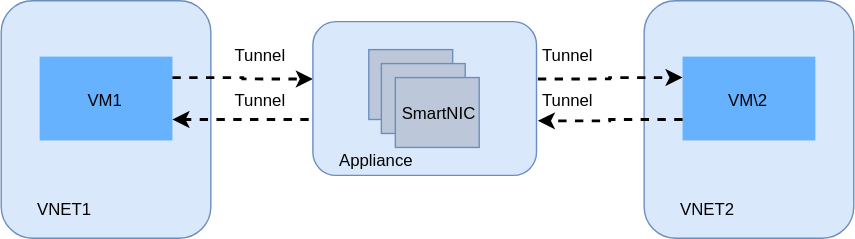
Earlier version of the draw.io export documentation/vnet2vnet-service/design/images/vnet-to-vnet-one-dpu.svg (sonic-net/DASH). Source tidied: cells renumbered, new cells last; positions are measured from the earlier drawing's top-left corner, leaving out a move shared by most shapes.
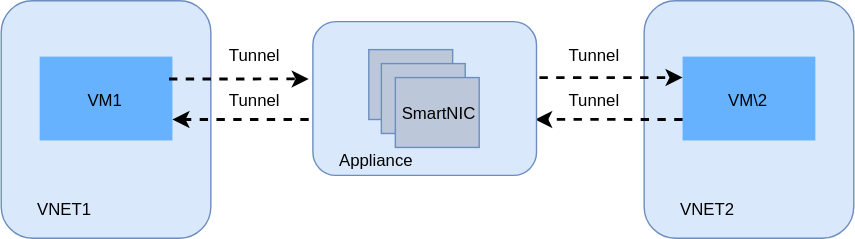
Above is the later version.

Change to the diagram source:
```diff
@@ -38,31 +38,33 @@
     <mxCell id="13" value="VM\2" style="text;html=1;align=center;verticalAlign=middle;strokeColor=none;fillColor=none;" parent="11" vertex="1">
       <mxGeometry x="26.5" y="22" width="40" height="20" as="geometry" />
     </mxCell>
-    <mxCell id="14" style="edgeStyle=orthogonalEdgeStyle;rounded=0;jettySize=auto;html=1;exitX=1;exitY=0.25;exitDx=0;exitDy=0;strokeWidth=2;dashed=1;entryX=0;entryY=0.373;entryDx=0;entryDy=0;entryPerimeter=0;" parent="1" edge="1" source="6" target="23">
-      <mxGeometry relative="1" as="geometry" />
+    <mxCell id="14" style="edgeStyle=orthogonalEdgeStyle;rounded=0;jettySize=auto;html=1;exitX=0.974;exitY=0.267;exitDx=0;exitDy=0;strokeWidth=2;dashed=1;exitPerimeter=0;" parent="1" edge="1" source="6">
+      <mxGeometry relative="1" as="geometry">
+        <mxPoint x="220" y="56" as="targetPoint" />
+      </mxGeometry>
     </mxCell>
     <mxCell id="15" style="edgeStyle=orthogonalEdgeStyle;rounded=0;jettySize=auto;html=1;entryX=1;entryY=0.75;entryDx=0;entryDy=0;strokeWidth=2;dashed=1;" parent="1" edge="1" target="6">
       <mxGeometry relative="1" as="geometry">
         <mxPoint x="220" y="85" as="sourcePoint" />
       </mxGeometry>
     </mxCell>
-    <mxCell id="16" style="edgeStyle=orthogonalEdgeStyle;rounded=0;jettySize=auto;html=1;entryX=0;entryY=0.25;entryDx=0;entryDy=0;strokeWidth=2;dashed=1;exitX=1.006;exitY=0.373;exitDx=0;exitDy=0;exitPerimeter=0;" parent="1" edge="1" source="23" target="12">
+    <mxCell id="16" style="edgeStyle=orthogonalEdgeStyle;rounded=0;jettySize=auto;html=1;entryX=0;entryY=0.25;entryDx=0;entryDy=0;strokeWidth=2;dashed=1;exitX=1.013;exitY=0.364;exitDx=0;exitDy=0;exitPerimeter=0;" parent="1" edge="1" source="23" target="12">
       <mxGeometry relative="1" as="geometry" />
     </mxCell>
-    <mxCell id="17" style="edgeStyle=orthogonalEdgeStyle;rounded=0;jettySize=auto;html=1;exitX=0;exitY=0.75;exitDx=0;exitDy=0;strokeWidth=2;dashed=1;entryX=1.006;entryY=0.645;entryDx=0;entryDy=0;entryPerimeter=0;" parent="1" edge="1" source="12" target="23">
+    <mxCell id="17" style="edgeStyle=orthogonalEdgeStyle;rounded=0;jettySize=auto;html=1;exitX=0;exitY=0.75;exitDx=0;exitDy=0;strokeWidth=2;dashed=1;entryX=0.994;entryY=0.636;entryDx=0;entryDy=0;entryPerimeter=0;" parent="1" edge="1" source="12" target="23">
       <mxGeometry relative="1" as="geometry" />
     </mxCell>
     <mxCell id="18" value="Tunnel" style="text;html=1;align=center;verticalAlign=middle;strokeColor=none;fillColor=none;" parent="1" vertex="1">
-      <mxGeometry x="380" y="62" width="50" height="20" as="geometry" />
+      <mxGeometry x="399" y="62" width="50" height="20" as="geometry" />
     </mxCell>
     <mxCell id="19" value="Tunnel" style="text;html=1;align=center;verticalAlign=middle;strokeColor=none;fillColor=none;" parent="1" vertex="1">
-      <mxGeometry x="160" y="30" width="50" height="20" as="geometry" />
+      <mxGeometry x="156" y="30" width="50" height="20" as="geometry" />
     </mxCell>
     <mxCell id="20" value="Tunnel" style="text;html=1;align=center;verticalAlign=middle;strokeColor=none;fillColor=none;" parent="1" vertex="1">
-      <mxGeometry x="160" y="62" width="50" height="20" as="geometry" />
+      <mxGeometry x="156" y="62" width="50" height="20" as="geometry" />
     </mxCell>
     <mxCell id="21" value="Tunnel" style="text;html=1;align=center;verticalAlign=middle;strokeColor=none;fillColor=none;" parent="1" vertex="1">
-      <mxGeometry x="380" y="30" width="50" height="20" as="geometry" />
+      <mxGeometry x="399" y="30" width="50" height="20" as="geometry" />
     </mxCell>
     <mxCell id="22" style="group;" parent="1" vertex="1">
       <mxGeometry x="223" y="15" width="160" height="110" as="geometry" />
```
